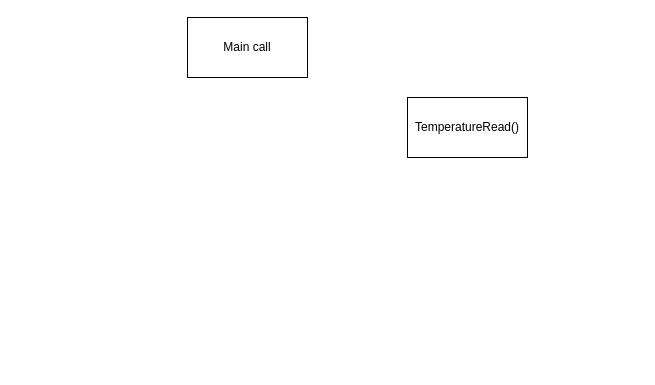
This is P00_TemperatureSensorArray_flowchart.drawio from Flipp4/P00_SW_TemperatureSensorArray, a draw.io file, before an edit. Source tidied: cells renumbered, new cells numbered last; positions are measured from the earlier drawing's top-left corner, leaving out a move shared by most shapes. Both pictures are drawn from the tidied source at 100%, with x=0, y=0 at pixel (187, 17).
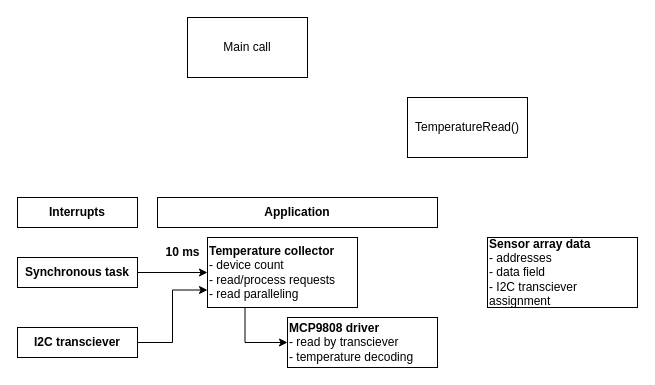
The same diagram, later.

Commit message (it also covers changes not shown here):
[NEW] Added I2C interrupts and related logic

The edit, as a diff of the source:
```diff
@@
 <mxGraphModel>
   <root>
     <mxCell id="0" />
     <mxCell id="1" parent="0" />
     <mxCell id="2" value="Main call" style="rounded=0;whiteSpace=wrap;html=1;" parent="1" vertex="1">
       <mxGeometry width="120" height="60" as="geometry" />
     </mxCell>
     <mxCell id="3" value="TemperatureRead()" style="rounded=0;whiteSpace=wrap;html=1;" parent="1" vertex="1">
       <mxGeometry x="220" y="80" width="120" height="60" as="geometry" />
     </mxCell>
+    <mxCell id="4" value="&lt;b&gt;Application&lt;/b&gt;" style="rounded=0;whiteSpace=wrap;html=1;" parent="1" vertex="1">
+      <mxGeometry x="-30" y="180" width="280" height="30" as="geometry" />
+    </mxCell>
+    <mxCell id="5" value="&lt;b&gt;Sensor array data&lt;/b&gt;&lt;br&gt;- addresses&lt;br&gt;- data field&lt;br&gt;- I2C transciever assignment" style="rounded=0;whiteSpace=wrap;html=1;align=left;" parent="1" vertex="1">
+      <mxGeometry x="300" y="220" width="150" height="70" as="geometry" />
+    </mxCell>
+    <mxCell id="6" style="edgeStyle=orthogonalEdgeStyle;rounded=0;jettySize=auto;html=1;exitX=0.25;exitY=1;exitDx=0;exitDy=0;entryX=0;entryY=0.5;entryDx=0;entryDy=0;" parent="1" edge="1" source="7" target="8">
+      <mxGeometry relative="1" as="geometry" />
+    </mxCell>
+    <mxCell id="7" value="&lt;b&gt;Temperature collector&lt;/b&gt;&lt;br&gt;- device count&lt;br&gt;- read/process requests&lt;br&gt;- read paralleling" style="rounded=0;whiteSpace=wrap;html=1;align=left;" parent="1" vertex="1">
+      <mxGeometry x="20" y="220" width="150" height="70" as="geometry" />
+    </mxCell>
+    <mxCell id="8" value="&lt;b&gt;MCP9808 driver&lt;br&gt;&lt;/b&gt;- read by transciever&lt;br&gt;- temperature decoding" style="rounded=0;whiteSpace=wrap;html=1;align=left;" parent="1" vertex="1">
+      <mxGeometry x="100" y="300" width="150" height="50" as="geometry" />
+    </mxCell>
+    <mxCell id="9" value="&lt;b&gt;Interrupts&lt;/b&gt;" style="rounded=0;whiteSpace=wrap;html=1;" parent="1" vertex="1">
+      <mxGeometry x="-170" y="180" width="120" height="30" as="geometry" />
+    </mxCell>
+    <mxCell id="10" value="&lt;b&gt;10 ms&lt;/b&gt;" style="text;html=1;align=center;verticalAlign=middle;" parent="1" vertex="1">
+      <mxGeometry x="-30" y="225" width="50" height="20" as="geometry" />
+    </mxCell>
+    <mxCell id="11" style="edgeStyle=orthogonalEdgeStyle;rounded=0;jettySize=auto;html=1;exitX=1;exitY=0.5;exitDx=0;exitDy=0;entryX=0;entryY=0.5;entryDx=0;entryDy=0;" parent="1" edge="1" source="12" target="7">
+      <mxGeometry relative="1" as="geometry" />
+    </mxCell>
+    <mxCell id="12" value="&lt;b&gt;Synchronous task&lt;/b&gt;" style="rounded=0;whiteSpace=wrap;html=1;" parent="1" vertex="1">
+      <mxGeometry x="-170" y="240" width="120" height="30" as="geometry" />
+    </mxCell>
+    <mxCell id="13" style="edgeStyle=orthogonalEdgeStyle;rounded=0;jettySize=auto;html=1;exitX=1;exitY=0.5;exitDx=0;exitDy=0;entryX=0;entryY=0.75;entryDx=0;entryDy=0;" parent="1" edge="1" source="14" target="7">
+      <mxGeometry relative="1" as="geometry" />
+    </mxCell>
+    <mxCell id="14" value="&lt;b&gt;I2C transciever&lt;/b&gt;" style="rounded=0;whiteSpace=wrap;html=1;" parent="1" vertex="1">
+      <mxGeometry x="-170" y="310" width="120" height="30" as="geometry" />
+    </mxCell>
   </root>
 </mxGraphModel>
```
